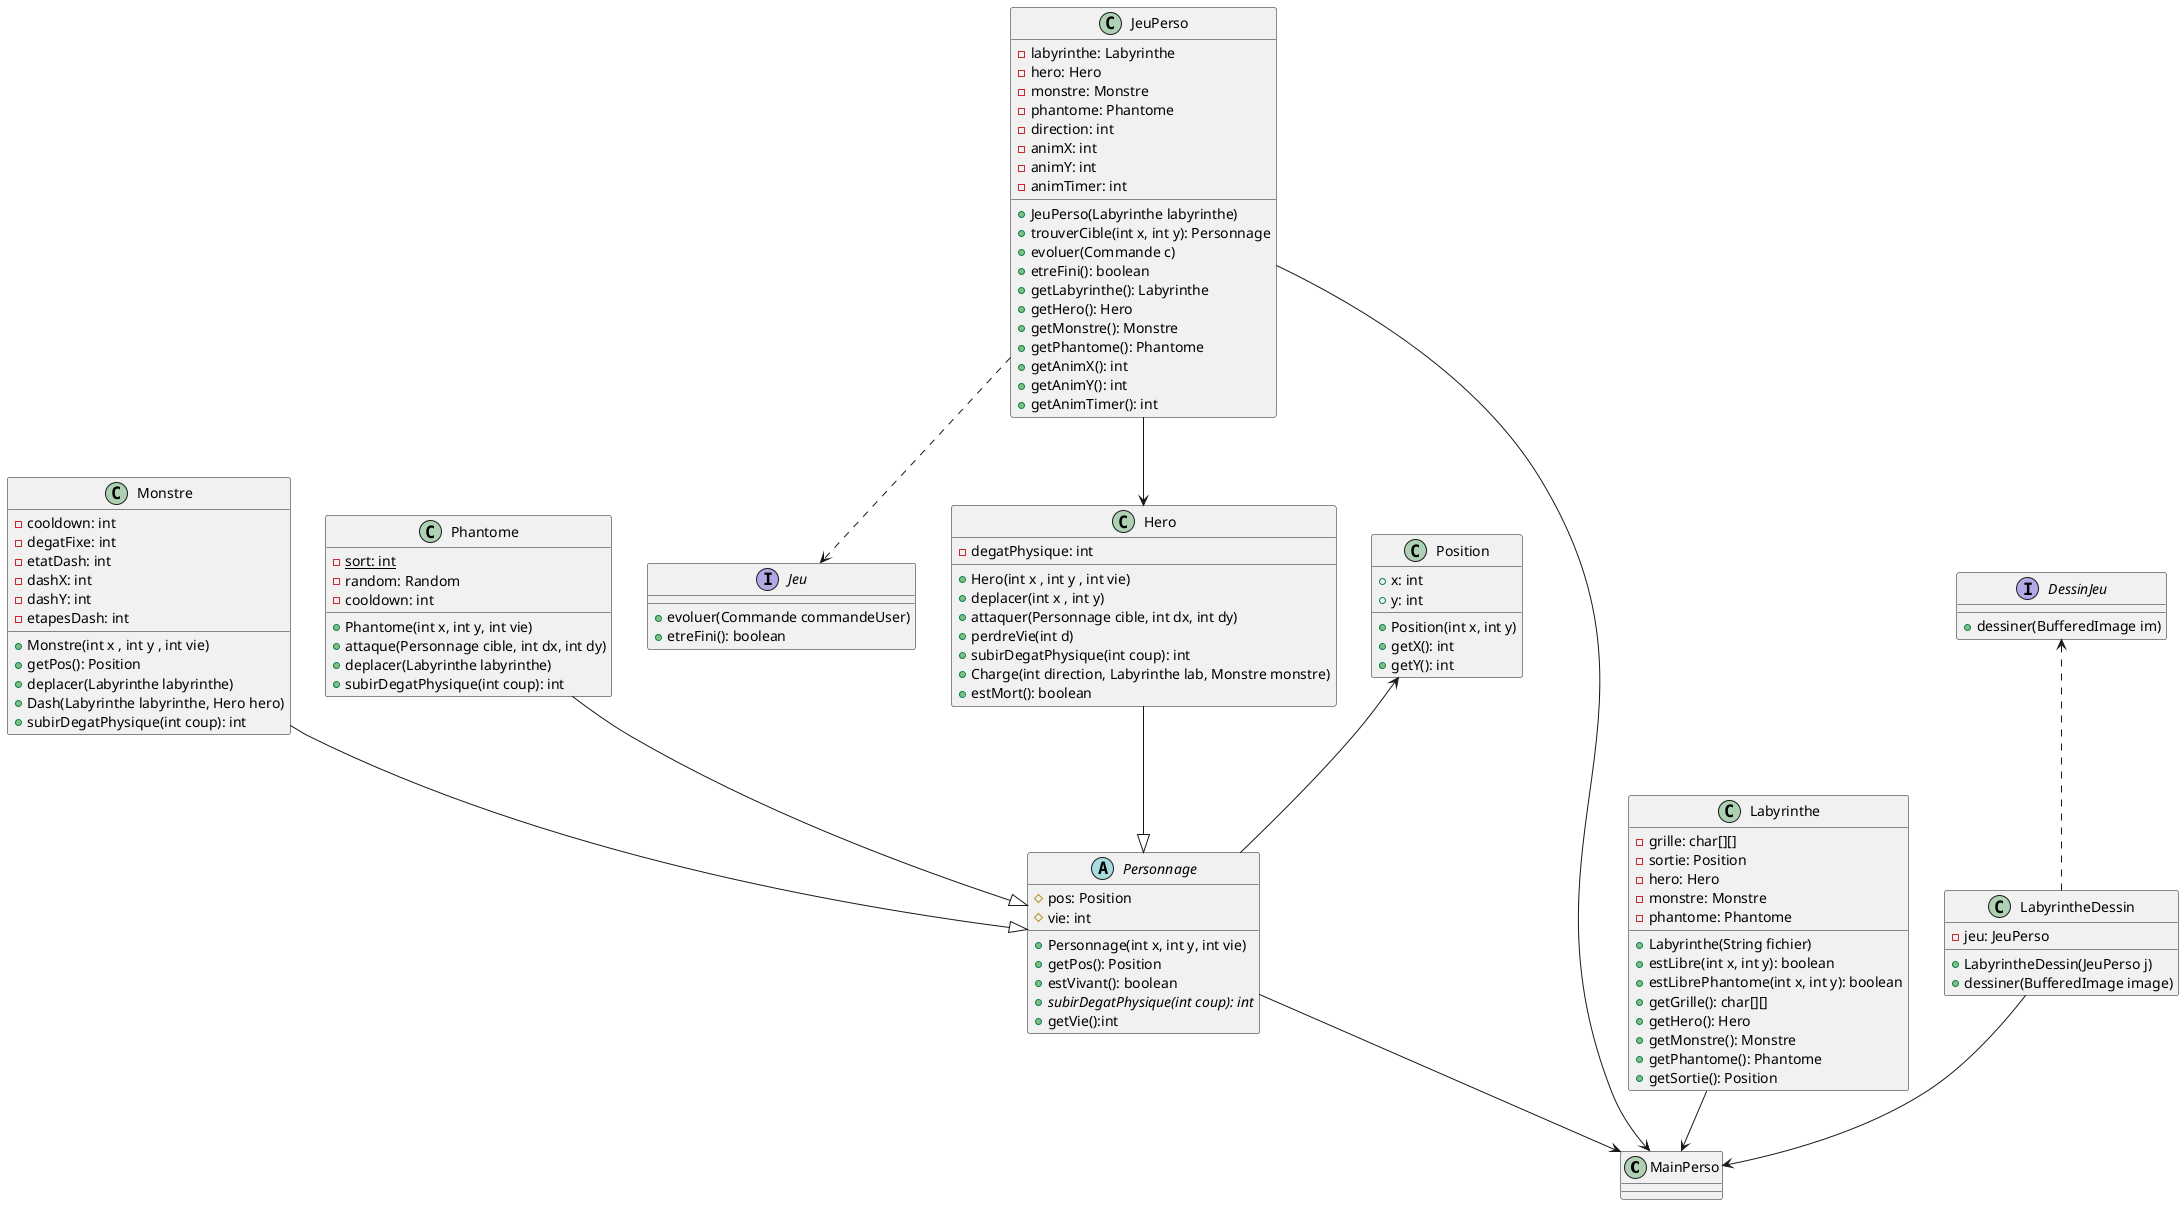
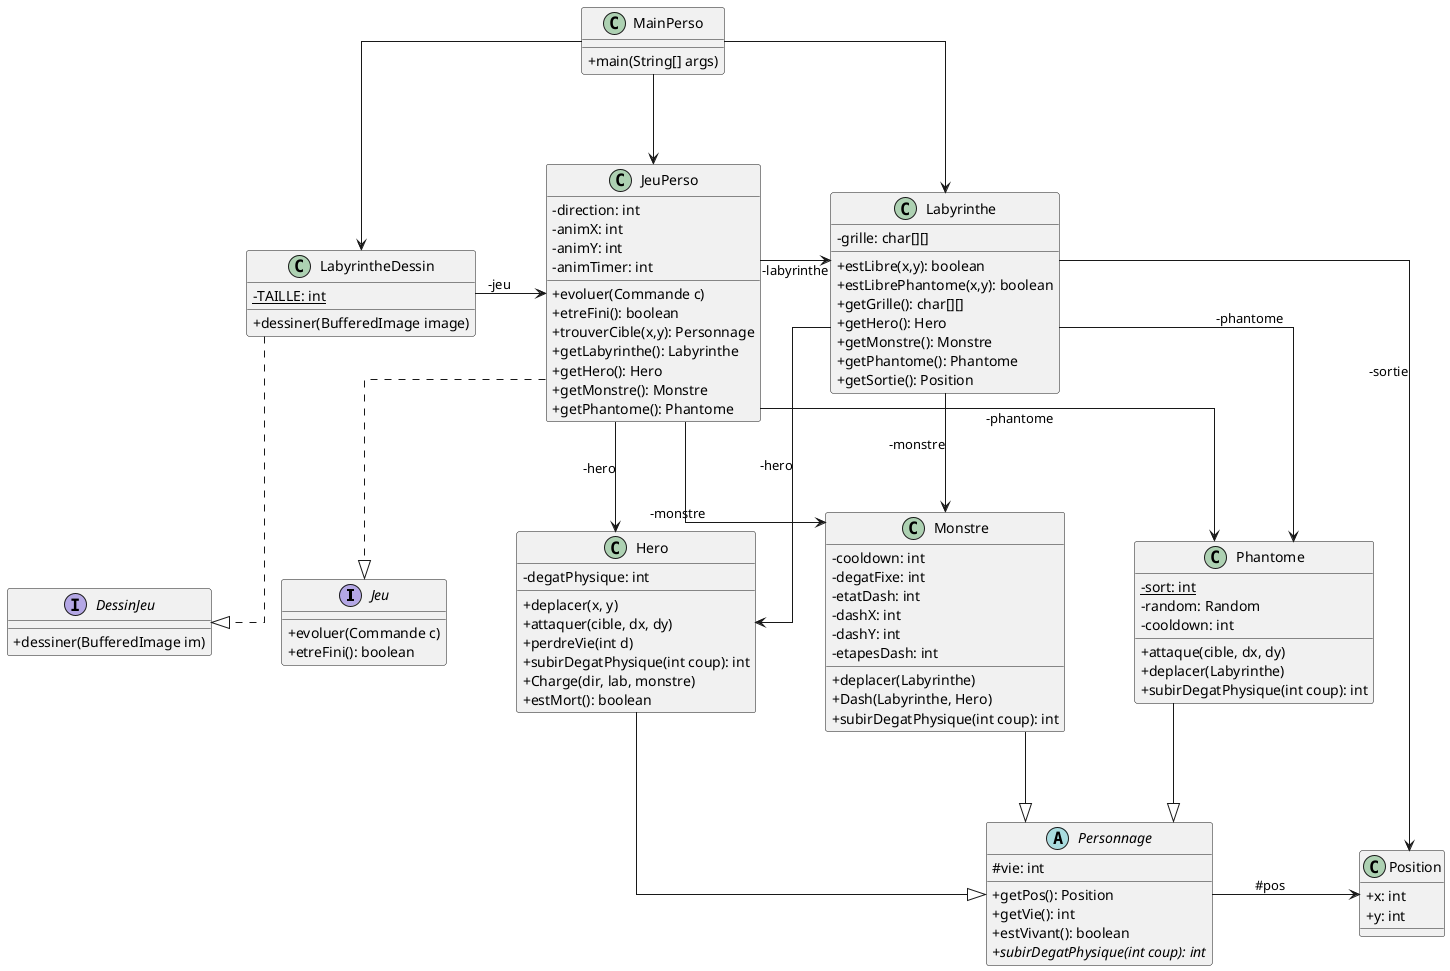
@startuml
- 'https://plantuml.com/class-diagram
+ skinparam linetype ortho
+ skinparam nodesep 70
+ skinparam ranksep 90
+ skinparam classAttributeIconSize 0

- class MainPerso

- interface Jeu{
- +evoluer(Commande commandeUser)
- +etreFini(): boolean
+ interface Jeu {
+   +evoluer(Commande c)
+   +etreFini(): boolean
}

- class Monstre{
- -cooldown: int
- -degatFixe: int
- -etatDash: int
- -dashX: int
- -dashY: int
- -etapesDash: int
- +Monstre(int x , int y , int vie)
- +getPos(): Position
- +deplacer(Labyrinthe labyrinthe)
- +Dash(Labyrinthe labyrinthe, Hero hero)
- +subirDegatPhysique(int coup): int
+ interface DessinJeu {
+   +dessiner(BufferedImage im)
}

- class Phantome{
- -{static} sort: int
- -random: Random
- -cooldown: int
- +Phantome(int x, int y, int vie)
- +attaque(Personnage cible, int dx, int dy)
- +deplacer(Labyrinthe labyrinthe)
- +subirDegatPhysique(int coup): int
+ 
+ class MainPerso {
+   +main(String[] args)
}

- abstract Personnage{
- #pos: Position
- #vie: int
- +Personnage(int x, int y, int vie)
- +getPos(): Position
- +estVivant(): boolean
- +{abstract} subirDegatPhysique(int coup): int
- +getVie():int
+ '
+ class LabyrintheDessin {
+   -{static} TAILLE: int
+   +dessiner(BufferedImage image)
}

- class Hero{
- -degatPhysique: int
- +Hero(int x , int y , int vie)
- +deplacer(int x , int y)
- +attaquer(Personnage cible, int dx, int dy)
- +perdreVie(int d)
- +subirDegatPhysique(int coup): int
- +Charge(int direction, Labyrinthe lab, Monstre monstre)
- +estMort(): boolean
+ class JeuPerso {
+   -direction: int
+   -animX: int
+   -animY: int
+   -animTimer: int
+   +evoluer(Commande c)
+   +etreFini(): boolean
+   +trouverCible(x,y): Personnage
+   +getLabyrinthe(): Labyrinthe
+   +getHero(): Hero
+   +getMonstre(): Monstre
+   +getPhantome(): Phantome
}

- class Labyrinthe{
- -grille: char[][]
- -sortie: Position
- -hero: Hero
- -monstre: Monstre
- -phantome: Phantome
- +Labyrinthe(String fichier)
- +estLibre(int x, int y): boolean
- +estLibrePhantome(int x, int y): boolean
- +getGrille(): char[][]
- +getHero(): Hero
- +getMonstre(): Monstre
- +getPhantome(): Phantome
- +getSortie(): Position
+ class Labyrinthe {
+   -grille: char[][]
+   +estLibre(x,y): boolean
+   +estLibrePhantome(x,y): boolean
+   +getGrille(): char[][]
+   +getHero(): Hero
+   +getMonstre(): Monstre
+   +getPhantome(): Phantome
+   +getSortie(): Position
}

- class LabyrintheDessin{
- -jeu: JeuPerso
- +LabyrintheDessin(JeuPerso j)
- +dessiner(BufferedImage image)
+ 
+ class Hero {
+   -degatPhysique: int
+   +deplacer(x, y)
+   +attaquer(cible, dx, dy)
+   +perdreVie(int d)
+   +subirDegatPhysique(int coup): int
+   +Charge(dir, lab, monstre)
+   +estMort(): boolean
}

- interface DessinJeu{
- +dessiner(BufferedImage im)
+ class Monstre {
+   -cooldown: int
+   -degatFixe: int
+   -etatDash: int
+   -dashX: int
+   -dashY: int
+   -etapesDash: int
+   +deplacer(Labyrinthe)
+   +Dash(Labyrinthe, Hero)
+   +subirDegatPhysique(int coup): int
}

- class JeuPerso{
- -labyrinthe: Labyrinthe
- -hero: Hero
- -monstre: Monstre
- -phantome: Phantome
- -direction: int
- -animX: int
- -animY: int
- -animTimer: int
- +JeuPerso(Labyrinthe labyrinthe)
- +trouverCible(int x, int y): Personnage
- +evoluer(Commande c)
- +etreFini(): boolean
- +getLabyrinthe(): Labyrinthe
- +getHero(): Hero
- +getMonstre(): Monstre
- +getPhantome(): Phantome
- +getAnimX(): int
- +getAnimY(): int
- +getAnimTimer(): int
+ class Phantome {
+   -{static} sort: int
+   -random: Random
+   -cooldown: int
+   +attaque(cible, dx, dy)
+   +deplacer(Labyrinthe)
+   +subirDegatPhysique(int coup): int
}

- class Position{
- +x: int
- +y: int
- +Position(int x, int y)
- +getX(): int
- +getY(): int
+ abstract class Personnage {
+   #vie: int
+   +getPos(): Position
+   +getVie(): int
+   +estVivant(): boolean
+   +{abstract} subirDegatPhysique(int coup): int
}

- Hero --|> Personnage
- Monstre--|> Personnage
- Phantome --|> Personnage
- Personnage --> MainPerso
- Labyrinthe --> MainPerso
+ class Position {
+   +x: int
+   +y: int
+ }

- Position<--Personnage
- JeuPerso-->Hero
+ ' ── Implémentations ──
+ JeuPerso ..|> Jeu
+ LabyrintheDessin ..|> DessinJeu

- JeuPerso..>Jeu
- LabyrintheDessin-->MainPerso
- JeuPerso-->MainPerso
+ ' ── Hiérarchie principale (Main vers Moteurs) ──
+ MainPerso -down-> LabyrintheDessin
+ MainPerso -down-> JeuPerso
+ MainPerso -down-> Labyrinthe

- DessinJeu<.. LabyrintheDessin
+ LabyrintheDessin -right-> JeuPerso : -jeu
+ JeuPerso -right-> Labyrinthe : -labyrinthe
+ 
+ ' ── Liaisons vers les acteurs (Vers le bas) ──
+ JeuPerso -down-> Hero : -hero
+ JeuPerso -down-> Monstre : -monstre
+ JeuPerso -down-> Phantome : -phantome
+ 
+ Labyrinthe -down-> Hero : -hero
+ Labyrinthe -down-> Monstre : -monstre
+ Labyrinthe -down-> Phantome : -phantome
+ Labyrinthe -down-> Position : -sortie
+ 
+ ' ── Héritage (Acteurs vers Personnage en bas) ──
+ Hero -down-|> Personnage
+ Monstre -down-|> Personnage
+ Phantome -down-|> Personnage
+ 
+ Personnage -right-> Position : #pos

@enduml